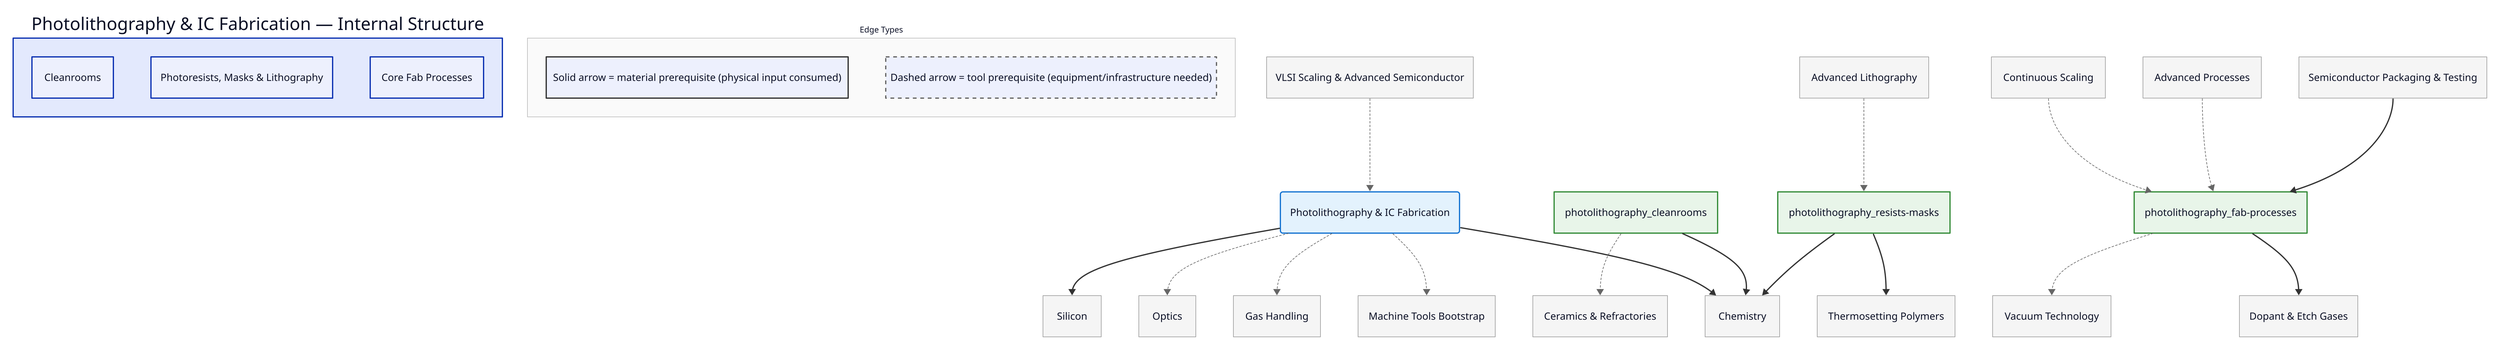
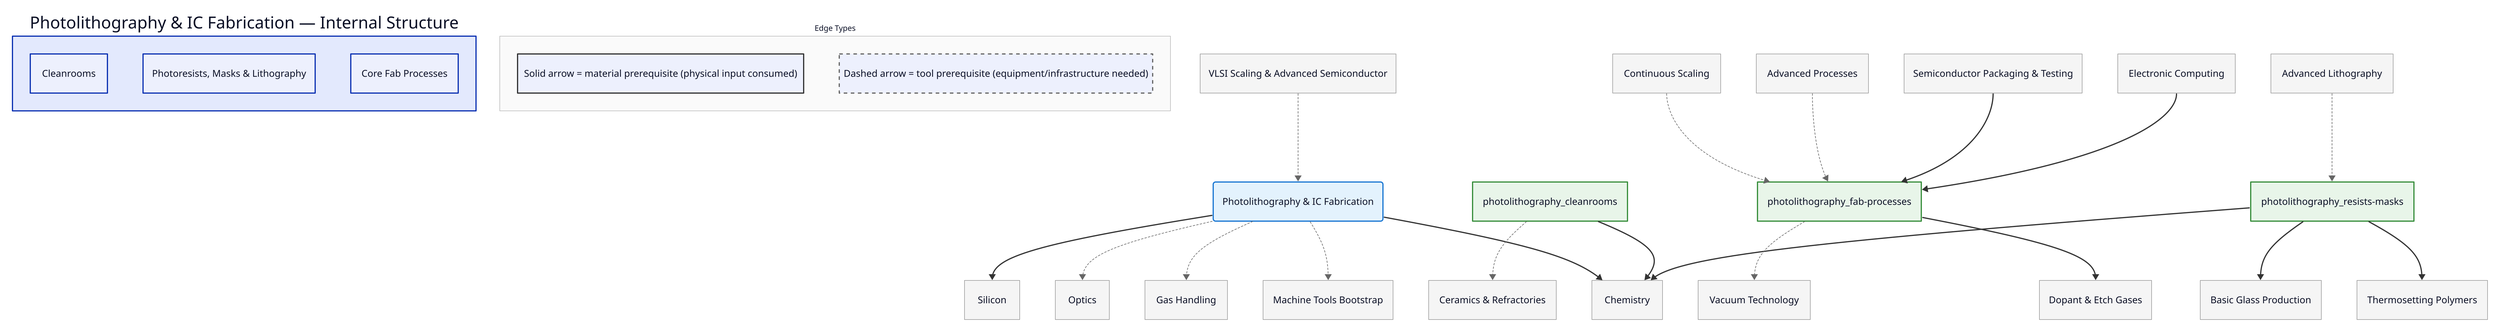
vars: {
  d2-config: {
    layout-engine: elk
    pad: 20
    center: true
  }
}

direction: down

classes: {
  domain: {
    style: {
      fill: "#e3f2fd"
      stroke: "#1976d2"
      stroke-width: 2
      border-radius: 4
    }
  }
  capability: {
    style: {
      fill: "#e8f5e9"
      stroke: "#388e3c"
      stroke-width: 2
    }
  }
  process: {
    style: {
      fill: "#fff3e0"
      stroke: "#f57c00"
      stroke-width: 2
    }
  }
  critical: {
    style: {
      fill: "#fff3e0"
      stroke: "#f57c00"
      stroke-width: 3
      bold: true
    }
  }
  earlyWin: {
    style: {
      fill: "#e8f5e9"
      stroke: "#388e3c"
      stroke-width: 3
    }
  }
  pinnacle: {
    style: {
      fill: "#fce4ec"
      stroke: "#c62828"
      stroke-width: 3
      bold: true
    }
  }
  external: {
    style: {
      fill: "#f5f5f5"
      stroke: "#9e9e9e"
      stroke-width: 1
    }
  }
  legend: {
    style: {
      fill: "#fafafa"
      stroke: "#bdbdbd"
      stroke-width: 1
      font-size: 13
    }
  }
  material-edge: {
    style: {
      stroke: "#333333"
      stroke-width: 2
    }
  }
  tool-edge: {
    style: {
      stroke: "#666666"
      stroke-width: 1
      stroke-dash: 3
    }
  }
}

# ==================== INTERNAL NODES ====================
photolithography_internal: "Photolithography & IC Fabrication — Internal Structure" {
  photolithography_cleanrooms: Cleanrooms
  photolithography_resists-masks: "Photoresists, Masks & Lithography"
  photolithography_fab-processes: Core Fab Processes
}

# ==================== DOMAIN NODE ====================
photolithography: "Photolithography & IC Fabrication"

# ==================== EXTERNAL DEPENDENCIES ====================
ceramics: "Ceramics & Refractories" {
  shape: rectangle
}
chemistry: Chemistry {
  shape: rectangle
}
chemistry_dopant-etch-gases: "Dopant & Etch Gases" {
  shape: rectangle
}
chemistry_packaging-testing: "Semiconductor Packaging & Testing" {
  shape: rectangle
}
+ computing_electronic: Electronic Computing {
+   shape: rectangle
+ }
gas-handling: Gas Handling {
  shape: rectangle
}
gas-handling_vacuum: Vacuum Technology {
+   shape: rectangle
+ }
+ glass_basic: Basic Glass Production {
  shape: rectangle
}
machine-tools: Machine Tools Bootstrap {
  shape: rectangle
}
optics: Optics {
  shape: rectangle
}
polymers_thermosets: Thermosetting Polymers {
  shape: rectangle
}
silicon: Silicon {
  shape: rectangle
}
vlsi-scaling: "VLSI Scaling & Advanced Semiconductor" {
  shape: rectangle
}
vlsi-scaling_advanced-lithography: Advanced Lithography {
  shape: rectangle
}
vlsi-scaling_advanced-processes: Advanced Processes {
  shape: rectangle
}
vlsi-scaling_continuous-scaling: Continuous Scaling {
  shape: rectangle
}

# ==================== EDGES ====================
photolithography -> machine-tools: { class: tool-edge }
photolithography -> chemistry: { class: material-edge }
photolithography -> gas-handling: { class: tool-edge }
photolithography -> optics: { class: tool-edge }
photolithography -> silicon: { class: material-edge }
photolithography_cleanrooms -> chemistry: { class: material-edge }
photolithography_cleanrooms -> ceramics: { class: tool-edge }
photolithography_resists-masks -> chemistry: { class: material-edge }
photolithography_resists-masks -> polymers_thermosets: { class: material-edge }
photolithography_fab-processes -> chemistry_dopant-etch-gases: { class: material-edge }
photolithography_fab-processes -> gas-handling_vacuum: { class: tool-edge }
vlsi-scaling -> photolithography: { class: tool-edge }
vlsi-scaling_continuous-scaling -> photolithography_fab-processes: { class: tool-edge }
vlsi-scaling_advanced-lithography -> photolithography_resists-masks: { class: tool-edge }
vlsi-scaling_advanced-processes -> photolithography_fab-processes: { class: tool-edge }
chemistry_packaging-testing -> photolithography_fab-processes: { class: material-edge }
+ computing_electronic -> photolithography_fab-processes: { class: material-edge }
+ photolithography_resists-masks -> glass_basic: { class: material-edge }

# ==================== STYLING ====================
photolithography.class: domain
photolithography_cleanrooms.class: capability
photolithography_resists-masks.class: capability
photolithography_fab-processes.class: capability
ceramics.class: external
chemistry.class: external
chemistry_dopant-etch-gases.class: external
chemistry_packaging-testing.class: external
+ computing_electronic.class: external
gas-handling.class: external
gas-handling_vacuum.class: external
+ glass_basic.class: external
machine-tools.class: external
optics.class: external
polymers_thermosets.class: external
silicon.class: external
vlsi-scaling.class: external
vlsi-scaling_advanced-lithography.class: external
vlsi-scaling_advanced-processes.class: external
vlsi-scaling_continuous-scaling.class: external

# ==================== LEGEND ====================
d2-legend: "Edge Types" {
  class: legend
  mat: "Solid arrow = material prerequisite (physical input consumed)" {
    style: {
      stroke: "#333333"
      stroke-width: 2
    }
  }
  tool: "Dashed arrow = tool prerequisite (equipment/infrastructure needed)" {
    style: {
      stroke: "#666666"
      stroke-dash: 3
    }
  }
}
